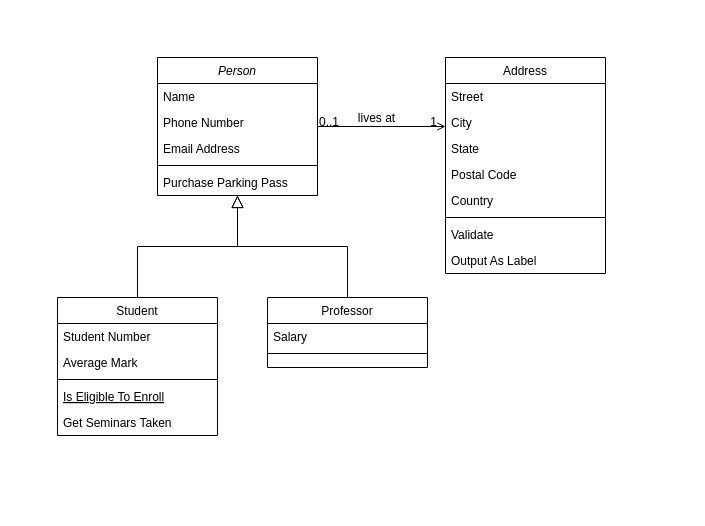
DPeeta/miwebPrueba keeps this draw.io diagram as Diagrama sin título.drawio. Above is the earlier version. Source tidied: cells renumbered, new cells numbered last; positions are measured from the earlier drawing's top-left corner, leaving out a move shared by most shapes. Both pictures are drawn from the tidied source at 100%, with x=0, y=0 at pixel (57, 57).
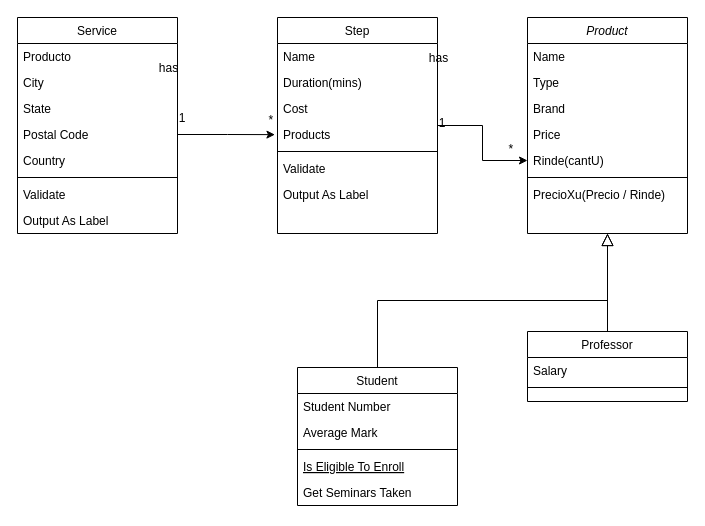
The same page after the edit.

Commit message:
Diagrama de clases PMS.drawio

Unchanged cells that the change refers to:
```xml
<mxCell id="23" value="Postal Code" style="text;align=left;verticalAlign=top;spacingLeft=4;spacingRight=4;overflow=hidden;points=[[0,0.5],[1,0.5]];portConstraint=eastwest;rounded=0;shadow=0;html=0;" parent="19" vertex="1">
  <mxGeometry y="104" width="160" height="26" as="geometry" />
</mxCell>
```

The edit, as a diff of the source:
```diff
@@
-    <mxCell id="2" value="Person" style="swimlane;fontStyle=2;align=center;verticalAlign=top;horizontal=1;startSize=26;rounded=0;shadow=0;strokeWidth=1;" parent="1" vertex="1">
-      <mxGeometry x="100" width="160" height="138" as="geometry" />
+    <mxCell id="2" value="Product" style="swimlane;fontStyle=2;align=center;verticalAlign=top;horizontal=1;startSize=26;rounded=0;shadow=0;strokeWidth=1;" parent="1" vertex="1">
+      <mxGeometry x="470" y="-40" width="160" height="216" as="geometry" />
     </mxCell>
@@
-    <mxCell id="4" value="Phone Number" style="text;align=left;verticalAlign=top;spacingLeft=4;spacingRight=4;overflow=hidden;rounded=0;shadow=0;html=0;" parent="2" vertex="1">
+    <mxCell id="4" value="Type" style="text;align=left;verticalAlign=top;spacingLeft=4;spacingRight=4;overflow=hidden;rounded=0;shadow=0;html=0;" parent="2" vertex="1">
       <mxGeometry y="52" width="160" height="26" as="geometry" />
     </mxCell>
+    <mxCell id="32" value="Brand" style="text;align=left;verticalAlign=top;spacingLeft=4;spacingRight=4;overflow=hidden;rounded=0;shadow=0;html=0;" parent="2" vertex="1">
+      <mxGeometry y="78" width="160" height="26" as="geometry" />
+    </mxCell>
-    <mxCell id="5" value="Email Address" style="text;align=left;verticalAlign=top;spacingLeft=4;spacingRight=4;overflow=hidden;points=[[0,0.5],[1,0.5]];portConstraint=eastwest;rounded=0;shadow=0;html=0;" parent="2" vertex="1">
-      <mxGeometry y="78" width="160" height="26" as="geometry" />
+    <mxCell id="5" value="Price" style="text;align=left;verticalAlign=top;spacingLeft=4;spacingRight=4;overflow=hidden;points=[[0,0.5],[1,0.5]];portConstraint=eastwest;rounded=0;shadow=0;html=0;" parent="2" vertex="1">
+      <mxGeometry y="104" width="160" height="26" as="geometry" />
     </mxCell>
+    <mxCell id="33" value="Rinde(cantU)" style="text;align=left;verticalAlign=top;spacingLeft=4;spacingRight=4;overflow=hidden;points=[[0,0.5],[1,0.5]];portConstraint=eastwest;rounded=0;shadow=0;html=0;" parent="2" vertex="1">
+      <mxGeometry y="130" width="160" height="26" as="geometry" />
+    </mxCell>
     <mxCell id="6" style="line;html=1;strokeWidth=1;align=left;verticalAlign=middle;spacingTop=-1;spacingLeft=3;spacingRight=3;labelPosition=right;" parent="2" vertex="1">
-      <mxGeometry y="104" width="160" height="8" as="geometry" />
+      <mxGeometry y="156" width="160" height="8" as="geometry" />
     </mxCell>
-    <mxCell id="7" value="Purchase Parking Pass" style="text;align=left;verticalAlign=top;spacingLeft=4;spacingRight=4;overflow=hidden;" parent="2" vertex="1">
-      <mxGeometry y="112" width="160" height="26" as="geometry" />
+    <mxCell id="7" value="PrecioXu(Precio / Rinde)" style="text;align=left;verticalAlign=top;spacingLeft=4;spacingRight=4;overflow=hidden;" parent="2" vertex="1">
+      <mxGeometry y="164" width="160" height="26" as="geometry" />
     </mxCell>
+    <mxCell id="28" style="endArrow=open;shadow=0;strokeWidth=1;rounded=0;endFill=1;edgeStyle=elbowEdgeStyle;elbow=vertical;entryX=-0.003;entryY=0.262;entryDx=0;entryDy=0;entryPerimeter=0;" parent="2" edge="1" source="2" target="5">
+      <mxGeometry x="0.5" y="41" relative="1" as="geometry">
+        <mxPoint x="-40" y="32" as="offset" />
+      </mxGeometry>
+    </mxCell>
+    <mxCell id="29" value="*" style="align=left;verticalAlign=bottom;labelBackgroundColor=none;fontSize=12;" parent="28" vertex="1">
+      <mxGeometry x="-1" relative="1" as="geometry">
+        <mxPoint x="-20" y="29" as="offset" />
+      </mxGeometry>
+    </mxCell>
+    <mxCell id="30" value="1" style="align=right;verticalAlign=bottom;labelBackgroundColor=none;fontSize=12;" parent="28" vertex="1">
+      <mxGeometry x="1" relative="1" as="geometry">
+        <mxPoint x="-80" y="4" as="offset" />
+      </mxGeometry>
+    </mxCell>
+    <mxCell id="31" value="has" style="text;html=1;align=center;verticalAlign=middle;labelBackgroundColor=none;rounded=0;shadow=0;strokeWidth=1;fontSize=12;" parent="28" vertex="1">
+      <mxGeometry x="0.5" y="49" relative="1" as="geometry">
+        <mxPoint x="-40" y="-70" as="offset" />
+      </mxGeometry>
+    </mxCell>
+    <mxCell id="34" value="1" style="align=right;verticalAlign=bottom;labelBackgroundColor=none;fontSize=12;" parent="28" vertex="1">
+      <mxGeometry x="1" relative="1" as="geometry">
+        <mxPoint x="-340" y="-1" as="offset" />
+      </mxGeometry>
+    </mxCell>
+    <mxCell id="35" value="*" style="align=left;verticalAlign=bottom;labelBackgroundColor=none;fontSize=12;" parent="28" vertex="1">
+      <mxGeometry x="-1" relative="1" as="geometry">
+        <mxPoint x="-260" as="offset" />
+      </mxGeometry>
+    </mxCell>
+    <mxCell id="36" value="has" style="text;html=1;align=center;verticalAlign=middle;labelBackgroundColor=none;rounded=0;shadow=0;strokeWidth=1;fontSize=12;" parent="28" vertex="1">
+      <mxGeometry x="0.5" y="49" relative="1" as="geometry">
+        <mxPoint x="-310" y="-60" as="offset" />
+      </mxGeometry>
+    </mxCell>
     <mxCell id="8" value="Student" style="swimlane;fontStyle=0;align=center;verticalAlign=top;horizontal=1;startSize=26;rounded=0;shadow=0;strokeWidth=1;" parent="1" vertex="1">
-      <mxGeometry y="240" width="160" height="138" as="geometry" />
+      <mxGeometry x="240" y="310" width="160" height="138" as="geometry" />
     </mxCell>
@@
     <mxCell id="15" value="Professor" style="swimlane;fontStyle=0;align=center;verticalAlign=top;horizontal=1;startSize=26;rounded=0;shadow=0;strokeWidth=1;" parent="1" vertex="1">
-      <mxGeometry x="210" y="240" width="160" height="70" as="geometry" />
+      <mxGeometry x="470" y="274" width="160" height="70" as="geometry" />
     </mxCell>
@@
-    <mxCell id="19" value="Address" style="swimlane;fontStyle=0;align=center;verticalAlign=top;horizontal=1;startSize=26;rounded=0;shadow=0;strokeWidth=1;" parent="1" vertex="1">
-      <mxGeometry x="388" width="160" height="216" as="geometry" />
+    <mxCell id="19" value="Service" style="swimlane;fontStyle=0;align=center;verticalAlign=top;horizontal=1;startSize=26;rounded=0;shadow=0;strokeWidth=1;" parent="1" vertex="1">
+      <mxGeometry x="-40" y="-40" width="160" height="216" as="geometry" />
     </mxCell>
-    <mxCell id="20" value="Street" style="text;align=left;verticalAlign=top;spacingLeft=4;spacingRight=4;overflow=hidden;" parent="19" vertex="1">
+    <mxCell id="20" value="Producto" style="text;align=left;verticalAlign=top;spacingLeft=4;spacingRight=4;overflow=hidden;" parent="19" vertex="1">
       <mxGeometry y="26" width="160" height="26" as="geometry" />
     </mxCell>
@@
-    <mxCell id="28" style="endArrow=open;shadow=0;strokeWidth=1;rounded=0;endFill=1;edgeStyle=elbowEdgeStyle;elbow=vertical;" parent="1" edge="1" source="2" target="19">
-      <mxGeometry x="0.5" y="41" relative="1" as="geometry">
-        <mxPoint x="-40" y="32" as="offset" />
-      </mxGeometry>
-    </mxCell>
-    <mxCell id="29" value="0..1" style="align=left;verticalAlign=bottom;labelBackgroundColor=none;fontSize=12;" parent="28" vertex="1">
-      <mxGeometry x="-1" relative="1" as="geometry">
-        <mxPoint y="4" as="offset" />
-      </mxGeometry>
-    </mxCell>
-    <mxCell id="30" value="1" style="align=right;verticalAlign=bottom;labelBackgroundColor=none;fontSize=12;" parent="28" vertex="1">
-      <mxGeometry x="1" relative="1" as="geometry">
-        <mxPoint x="-7" y="4" as="offset" />
-      </mxGeometry>
-    </mxCell>
-    <mxCell id="31" value="lives at" style="text;html=1;align=center;verticalAlign=middle;labelBackgroundColor=none;rounded=0;shadow=0;strokeWidth=1;fontSize=12;" parent="28" vertex="1">
-      <mxGeometry x="0.5" y="49" relative="1" as="geometry">
-        <mxPoint x="-38" y="40" as="offset" />
-      </mxGeometry>
-    </mxCell>
+    <mxCell id="37" style="edgeStyle=orthogonalEdgeStyle;rounded=0;jettySize=auto;html=1;" parent="1" edge="1" source="38" target="33">
+      <mxGeometry relative="1" as="geometry" />
+    </mxCell>
+    <mxCell id="38" value="Step" style="swimlane;fontStyle=0;align=center;verticalAlign=top;horizontal=1;startSize=26;rounded=0;shadow=0;strokeWidth=1;" parent="1" vertex="1">
+      <mxGeometry x="220" y="-40" width="160" height="216" as="geometry" />
+    </mxCell>
+    <mxCell id="39" value="Name" style="text;align=left;verticalAlign=top;spacingLeft=4;spacingRight=4;overflow=hidden;" parent="38" vertex="1">
+      <mxGeometry y="26" width="160" height="26" as="geometry" />
+    </mxCell>
+    <mxCell id="40" value="Duration(mins)" style="text;align=left;verticalAlign=top;spacingLeft=4;spacingRight=4;overflow=hidden;rounded=0;shadow=0;html=0;" parent="38" vertex="1">
+      <mxGeometry y="52" width="160" height="26" as="geometry" />
+    </mxCell>
+    <mxCell id="41" value="Cost" style="text;align=left;verticalAlign=top;spacingLeft=4;spacingRight=4;overflow=hidden;rounded=0;shadow=0;html=0;" parent="38" vertex="1">
+      <mxGeometry y="78" width="160" height="26" as="geometry" />
+    </mxCell>
+    <mxCell id="42" value="Products" style="text;align=left;verticalAlign=top;spacingLeft=4;spacingRight=4;overflow=hidden;points=[[0,0.5],[1,0.5]];portConstraint=eastwest;rounded=0;shadow=0;html=0;" parent="38" vertex="1">
+      <mxGeometry y="104" width="160" height="26" as="geometry" />
+    </mxCell>
+    <mxCell id="43" style="line;html=1;strokeWidth=1;align=left;verticalAlign=middle;spacingTop=-1;spacingLeft=3;spacingRight=3;labelPosition=right;" parent="38" vertex="1">
+      <mxGeometry y="130" width="160" height="8" as="geometry" />
+    </mxCell>
+    <mxCell id="44" value="Validate" style="text;align=left;verticalAlign=top;spacingLeft=4;spacingRight=4;overflow=hidden;" parent="38" vertex="1">
+      <mxGeometry y="138" width="160" height="26" as="geometry" />
+    </mxCell>
+    <mxCell id="45" value="Output As Label" style="text;align=left;verticalAlign=top;spacingLeft=4;spacingRight=4;overflow=hidden;" parent="38" vertex="1">
+      <mxGeometry y="164" width="160" height="26" as="geometry" />
+    </mxCell>
+    <mxCell id="46" style="edgeStyle=orthogonalEdgeStyle;rounded=0;jettySize=auto;html=1;entryX=-0.016;entryY=0.505;entryDx=0;entryDy=0;exitX=1;exitY=0.5;exitDx=0;exitDy=0;entryPerimeter=0;" parent="1" edge="1" source="23" target="42">
+      <mxGeometry relative="1" as="geometry" />
+    </mxCell>
```
